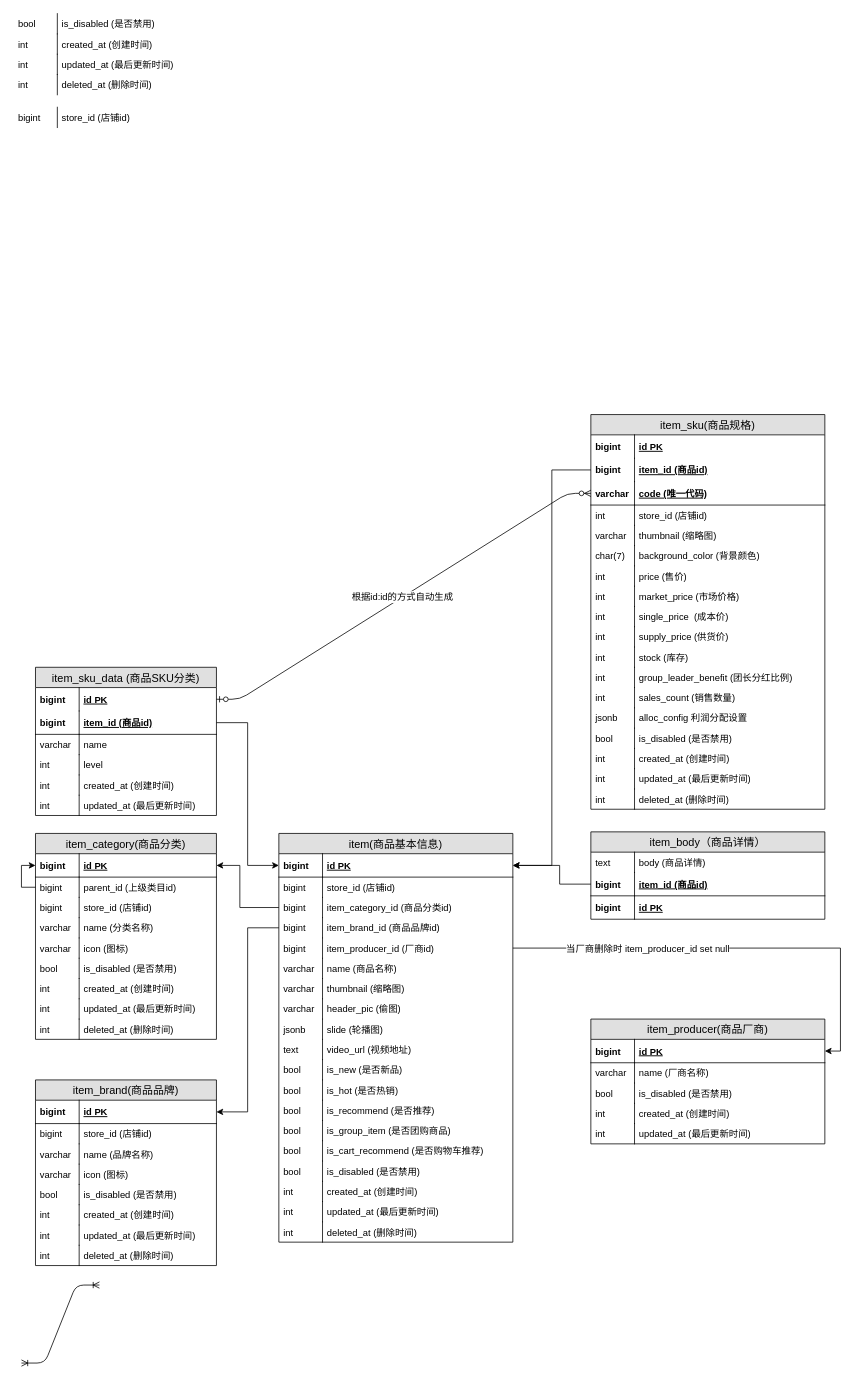
HuangYongXuan/saas-draw keeps this draw.io diagram as 商品库存.drawio. Above is the earlier version. Source tidied: cells renumbered, new cells numbered last; positions are measured from the earlier drawing's top-left corner, leaving out a move shared by most shapes. Both pictures are drawn from the tidied source at 78%, with x=0, y=0 at pixel (13, 13).
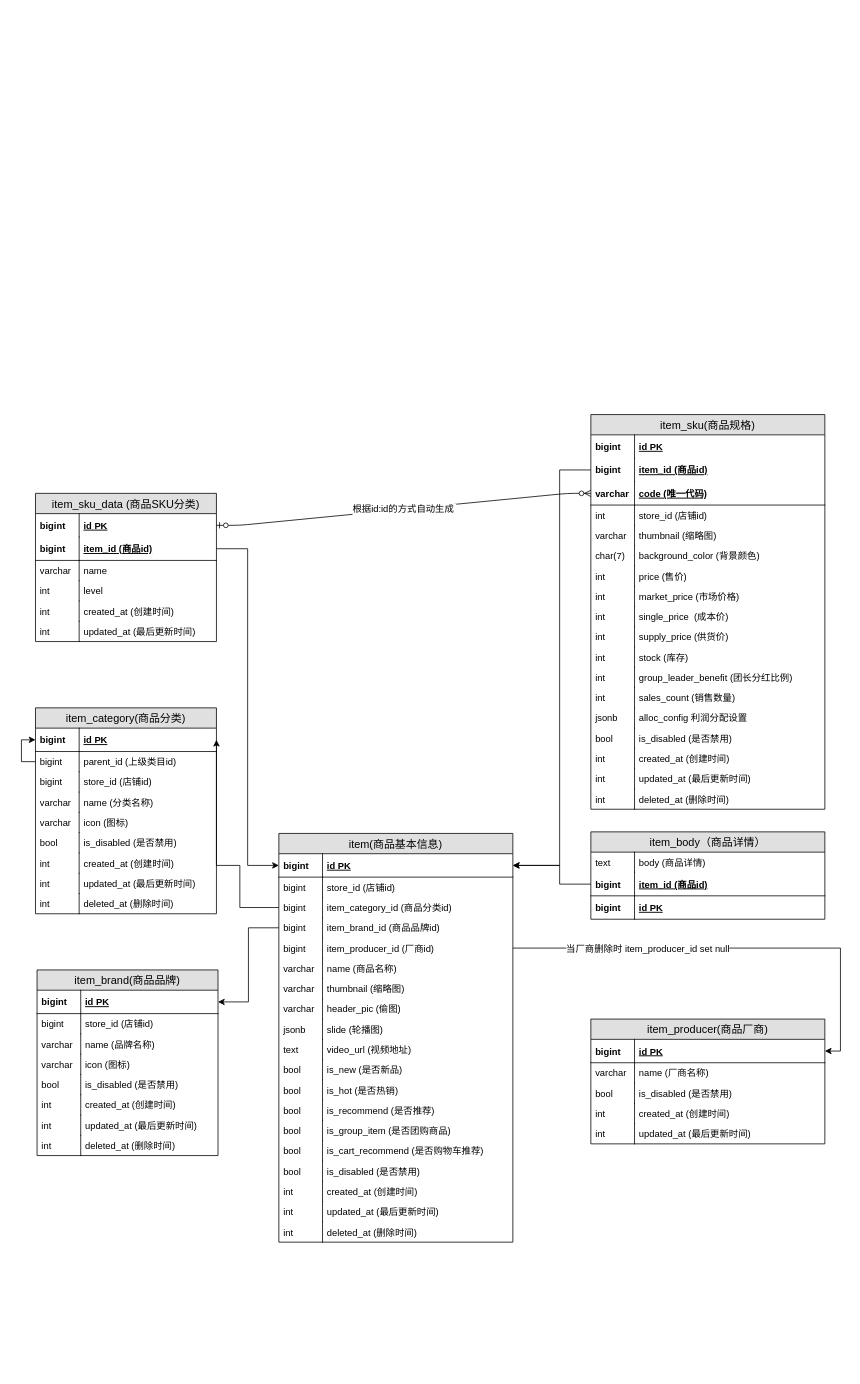
After the change.

Commit message (it also covers changes not shown here):
更新商品库存.drawio

Unchanged cells that the change refers to:
```xml
<mxCell id="3" value="id PK" style="shape=partialRectangle;top=0;left=0;right=0;bottom=1;align=left;verticalAlign=middle;fillColor=none;spacingLeft=60;spacingRight=4;overflow=hidden;points=[[0,0.5],[1,0.5]];portConstraint=eastwest;fontStyle=5;fontSize=12;" parent="2" vertex="1">
  <mxGeometry y="26" width="300" height="30" as="geometry" />
</mxCell>
<mxCell id="108" value="item_id (商品id)" style="shape=partialRectangle;top=0;left=0;right=0;bottom=1;align=left;verticalAlign=middle;fillColor=none;spacingLeft=60;spacingRight=4;overflow=hidden;points=[[0,0.5],[1,0.5]];portConstraint=eastwest;fontStyle=5;fontSize=12;" parent="105" vertex="1">
  <mxGeometry y="56" width="232" height="30" as="geometry" />
</mxCell>
<mxCell id="123" value="item_id (商品id)" style="shape=partialRectangle;top=0;left=0;right=0;bottom=0;align=left;verticalAlign=middle;fillColor=none;spacingLeft=60;spacingRight=4;overflow=hidden;points=[[0,0.5],[1,0.5]];portConstraint=eastwest;fontStyle=5;fontSize=12;" parent="120" vertex="1">
  <mxGeometry y="56" width="300" height="30" as="geometry" />
</mxCell>
```

The edit, as a diff of the source:
```diff
@@
     <mxCell id="48" value="item_category(商品分类)" style="swimlane;fontStyle=0;horizontal=1;startSize=26;fillColor=#e0e0e0;swimlaneFillColor=#ffffff;align=center;fontSize=14;" parent="1" vertex="1">
-      <mxGeometry x="28" y="1051" width="232" height="264" as="geometry" />
+      <mxGeometry x="28" y="890" width="232" height="264" as="geometry" />
     </mxCell>
@@
-    <mxCell id="68" value="store_id (店铺id)" style="shape=partialRectangle;top=0;left=0;right=0;bottom=0;align=left;verticalAlign=top;fillColor=none;spacingLeft=60;spacingRight=4;overflow=hidden;fontSize=12;" parent="1" vertex="1">
-      <mxGeometry y="120" width="300" height="26" as="geometry" />
-    </mxCell>
-    <mxCell id="69" value="bigint" style="shape=partialRectangle;top=0;left=0;bottom=0;fillColor=none;align=left;verticalAlign=top;spacingLeft=4;spacingRight=4;overflow=hidden;fontSize=12;" parent="68" vertex="1">
-      <mxGeometry width="56" height="26" as="geometry" />
-    </mxCell>
-    <mxCell id="70" value="is_disabled (是否禁用)" style="shape=partialRectangle;top=0;left=0;right=0;bottom=0;align=left;verticalAlign=top;fillColor=none;spacingLeft=60;spacingRight=4;overflow=hidden;fontSize=12;" parent="1" vertex="1">
-      <mxGeometry width="300" height="26" as="geometry" />
-    </mxCell>
-    <mxCell id="71" value="bool" style="shape=partialRectangle;top=0;left=0;bottom=0;fillColor=none;align=left;verticalAlign=top;spacingLeft=4;spacingRight=4;overflow=hidden;fontSize=12;" parent="70" vertex="1">
-      <mxGeometry width="56" height="26" as="geometry" />
-    </mxCell>
-    <mxCell id="72" value="deleted_at (删除时间)" style="shape=partialRectangle;top=0;left=0;right=0;bottom=0;align=left;verticalAlign=top;fillColor=none;spacingLeft=60;spacingRight=4;overflow=hidden;fontSize=12;" parent="1" vertex="1">
-      <mxGeometry y="78" width="300" height="26" as="geometry" />
-    </mxCell>
-    <mxCell id="73" value="int" style="shape=partialRectangle;top=0;left=0;bottom=0;fillColor=none;align=left;verticalAlign=top;spacingLeft=4;spacingRight=4;overflow=hidden;fontSize=12;" parent="72" vertex="1">
-      <mxGeometry width="56" height="26" as="geometry" />
-    </mxCell>
-    <mxCell id="74" value="updated_at (最后更新时间)" style="shape=partialRectangle;top=0;left=0;right=0;bottom=0;align=left;verticalAlign=top;fillColor=none;spacingLeft=60;spacingRight=4;overflow=hidden;fontSize=12;" parent="1" vertex="1">
-      <mxGeometry y="52" width="300" height="26" as="geometry" />
-    </mxCell>
-    <mxCell id="75" value="int" style="shape=partialRectangle;top=0;left=0;bottom=0;fillColor=none;align=left;verticalAlign=top;spacingLeft=4;spacingRight=4;overflow=hidden;fontSize=12;" parent="74" vertex="1">
-      <mxGeometry width="56" height="26" as="geometry" />
-    </mxCell>
     <mxCell id="76" value="item_brand(商品品牌)" style="swimlane;fontStyle=0;horizontal=1;startSize=26;fillColor=#e0e0e0;swimlaneFillColor=#ffffff;align=center;fontSize=14;" parent="1" vertex="1">
-      <mxGeometry x="28" y="1367" width="232" height="238" as="geometry" />
+      <mxGeometry x="30" y="1226" width="232" height="238" as="geometry" />
     </mxCell>
@@
     <mxCell id="105" value="item_sku_data (商品SKU分类)" style="swimlane;fontStyle=0;horizontal=1;startSize=26;fillColor=#e0e0e0;swimlaneFillColor=#ffffff;align=center;fontSize=14;rounded=0;" parent="1" vertex="1">
-      <mxGeometry x="28" y="838" width="232" height="190" as="geometry" />
+      <mxGeometry x="28" y="615" width="232" height="190" as="geometry" />
     </mxCell>
@@
-    <mxCell id="118" value="created_at (创建时间)" style="shape=partialRectangle;top=0;left=0;right=0;bottom=0;align=left;verticalAlign=top;fillColor=none;spacingLeft=60;spacingRight=4;overflow=hidden;fontSize=12;" parent="1" vertex="1">
-      <mxGeometry y="26" width="300" height="26" as="geometry" />
-    </mxCell>
-    <mxCell id="119" value="int" style="shape=partialRectangle;top=0;left=0;bottom=0;fillColor=none;align=left;verticalAlign=top;spacingLeft=4;spacingRight=4;overflow=hidden;fontSize=12;" parent="118" vertex="1">
-      <mxGeometry width="56" height="26" as="geometry" />
-    </mxCell>
@@
     <mxCell id="157" style="edgeStyle=orthogonalEdgeStyle;rounded=0;jettySize=auto;html=1;exitX=1;exitY=0.5;exitDx=0;exitDy=0;entryX=0;entryY=0.5;entryDx=0;entryDy=0;" parent="1" edge="1" source="108" target="3">
       <mxGeometry relative="1" as="geometry">
         <Array as="points">
-          <mxPoint x="300" y="909" />
-          <mxPoint x="300" y="1092" />
+          <mxPoint x="300" y="686.5" />
+          <mxPoint x="300" y="1092.5" />
         </Array>
       </mxGeometry>
     </mxCell>
@@
     <mxCell id="159" style="edgeStyle=orthogonalEdgeStyle;rounded=0;jettySize=auto;html=1;exitX=0;exitY=0.5;exitDx=0;exitDy=0;entryX=1;entryY=0.5;entryDx=0;entryDy=0;" parent="1" edge="1" source="123" target="3">
-      <mxGeometry relative="1" as="geometry" />
+      <mxGeometry relative="1" as="geometry">
+        <Array as="points">
+          <mxPoint x="700" y="585.5" />
+          <mxPoint x="700" y="1092.5" />
+        </Array>
+      </mxGeometry>
     </mxCell>
@@
-    <mxCell id="162" style="edgeStyle=entityRelationEdgeStyle;fontSize=12;html=1;endArrow=ERoneToMany;startArrow=ERoneToMany;" parent="1" edge="1">
-      <mxGeometry relative="1" as="geometry">
-        <mxPoint x="10" y="1730" as="sourcePoint" />
-        <mxPoint x="110" y="1630" as="targetPoint" />
-      </mxGeometry>
-    </mxCell>
```
